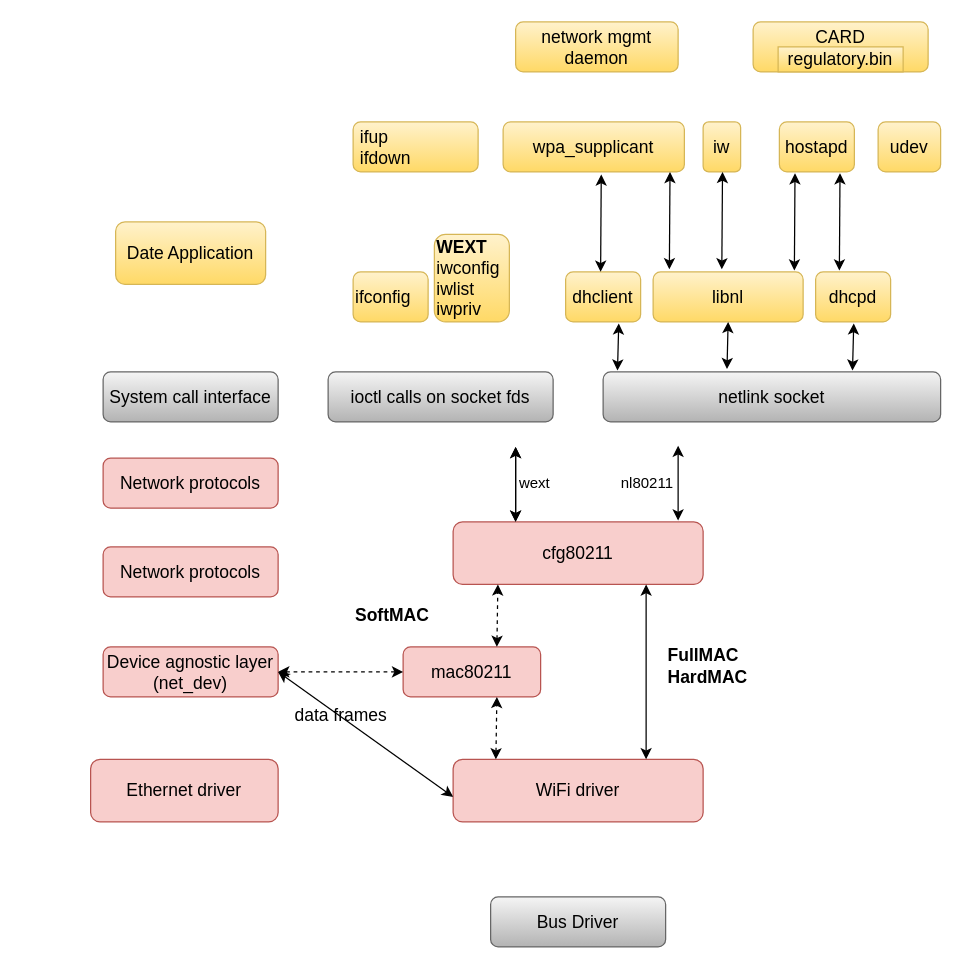
Above: WiFi_software.drawio in zuixin369/block_diagram (draw.io), before the change. Source tidied: cells renumbered, new cells numbered last; positions are measured from the earlier drawing's top-left corner, leaving out a move shared by most shapes. Both pictures are drawn from the tidied source at 125%, with x=0, y=0 at pixel (90, 21).
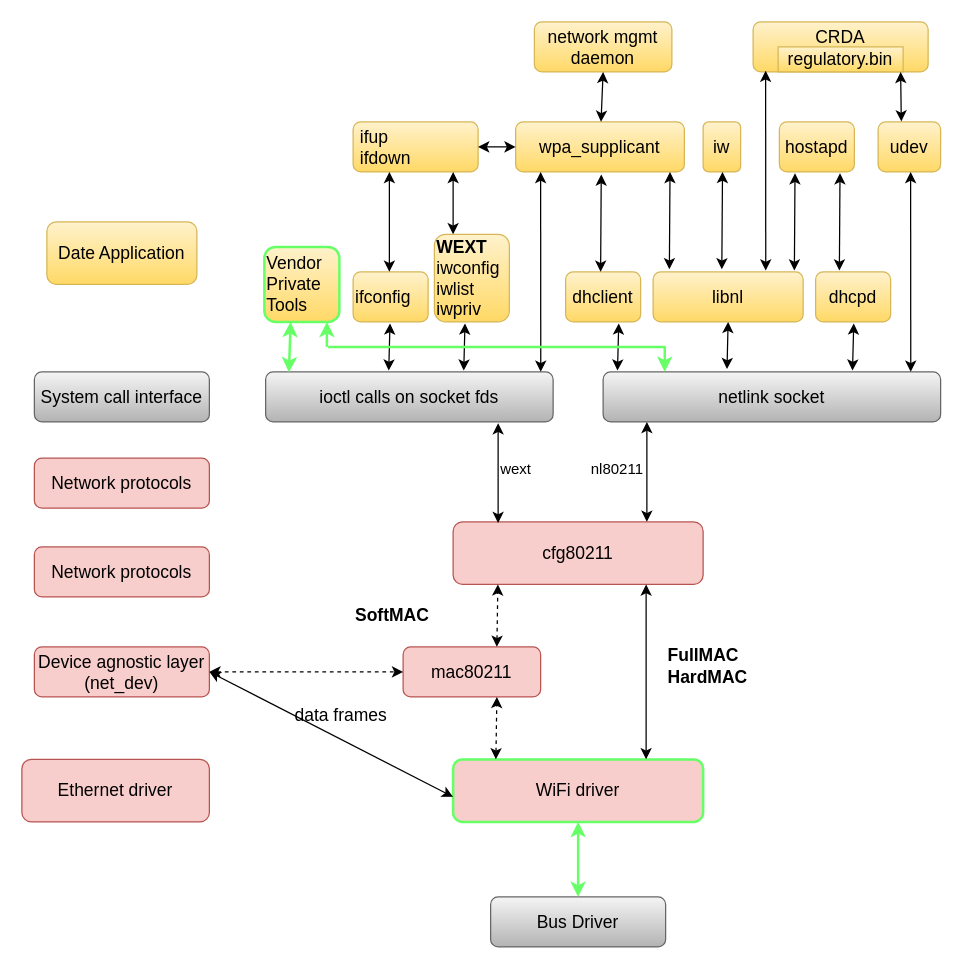
The same diagram, later.

Unchanged cells that the change refers to:
```xml
<mxCell id="4" value="cfg80211" style="rounded=1;whiteSpace=wrap;html=1;fontSize=14;fillColor=#f8cecc;strokeColor=#b85450;" parent="1" vertex="1">
  <mxGeometry x="290" y="400" width="200" height="50" as="geometry" />
</mxCell>
<mxCell id="26" value="Bus Driver" style="rounded=1;whiteSpace=wrap;html=1;fontSize=14;fillColor=#f5f5f5;strokeColor=#666666;gradientColor=#b3b3b3;" parent="1" vertex="1">
  <mxGeometry x="320" y="700" width="140" height="40" as="geometry" />
</mxCell>
<mxCell id="27" value="&lt;div align=&quot;left&quot;&gt;&lt;b&gt;WEXT&lt;/b&gt;&lt;/div&gt;&lt;div align=&quot;left&quot;&gt;iwconfig&lt;/div&gt;&lt;div align=&quot;left&quot;&gt;iwlist&lt;br&gt;iwpriv&lt;br&gt;&lt;/div&gt;" style="rounded=1;whiteSpace=wrap;html=1;fontSize=14;align=left;fillColor=#fff2cc;gradientColor=#ffd966;strokeColor=#d6b656;" parent="1" vertex="1">
  <mxGeometry x="275" y="170" width="60" height="70" as="geometry" />
</mxCell>
<mxCell id="33" value="&lt;span style=&quot;white-space: pre;&quot;&gt; &lt;/span&gt;ifup&lt;br&gt;&lt;div&gt;&lt;span style=&quot;white-space: pre;&quot;&gt; &lt;/span&gt;ifdown&lt;br&gt;&lt;/div&gt;" style="rounded=1;whiteSpace=wrap;html=1;fontSize=14;align=left;fillColor=#fff2cc;gradientColor=#ffd966;strokeColor=#d6b656;" parent="1" vertex="1">
  <mxGeometry x="210" y="80" width="100" height="40" as="geometry" />
</mxCell>
<mxCell id="36" value="udev" style="rounded=1;whiteSpace=wrap;html=1;fontSize=14;align=center;fillColor=#fff2cc;gradientColor=#ffd966;strokeColor=#d6b656;" parent="1" vertex="1">
  <mxGeometry x="630" y="80" width="50" height="40" as="geometry" />
</mxCell>
```

What changed in the source:
```diff
@@
     <mxCell id="2" value="&lt;font style=&quot;font-size: 14px;&quot;&gt;ioctl calls on socket fds&lt;/font&gt;" style="rounded=1;whiteSpace=wrap;html=1;fontSize=14;fillColor=#f5f5f5;strokeColor=#666666;gradientColor=#b3b3b3;" parent="1" vertex="1">
-      <mxGeometry x="190" y="280" width="180" height="40" as="geometry" />
+      <mxGeometry x="140" y="280" width="230" height="40" as="geometry" />
     </mxCell>
@@
-    <mxCell id="5" value="WiFi driver" style="rounded=1;whiteSpace=wrap;html=1;fontSize=14;fillColor=#f8cecc;strokeColor=#b85450;" parent="1" vertex="1">
+    <mxCell id="5" value="WiFi driver" style="rounded=1;whiteSpace=wrap;html=1;fontSize=14;fillColor=#f8cecc;strokeColor=#66FF66;strokeWidth=2;" parent="1" vertex="1">
       <mxGeometry x="290" y="590" width="200" height="50" as="geometry" />
     </mxCell>
@@
-    <mxCell id="7" style="endArrow=classic;startArrow=classic;html=1;rounded=0;fontSize=14;exitX=0.25;exitY=0;exitDx=0;exitDy=0;" parent="1" edge="1" source="4">
-      <mxGeometry relative="1" as="geometry">
-        <mxPoint x="340" y="340" as="targetPoint" />
-      </mxGeometry>
-    </mxCell>
     <mxCell id="8" value="wext" style="text;html=1;align=center;verticalAlign=middle;strokeColor=none;fillColor=none;fontSize=12;" parent="1" vertex="1">
-      <mxGeometry x="330" y="354" width="50" height="30" as="geometry" />
+      <mxGeometry x="315" y="343" width="50" height="30" as="geometry" />
     </mxCell>
-    <mxCell id="9" style="endArrow=classic;startArrow=classic;html=1;rounded=0;fontSize=14;exitX=0.25;exitY=0;exitDx=0;exitDy=0;" parent="1" edge="1">
+    <mxCell id="9" style="endArrow=classic;startArrow=classic;html=1;rounded=0;fontSize=14;exitX=0.9;exitY=0;exitDx=0;exitDy=0;exitPerimeter=0;" parent="1" edge="1">
       <mxGeometry relative="1" as="geometry">
-        <mxPoint x="470" y="399" as="sourcePoint" />
-        <mxPoint x="470" y="339" as="targetPoint" />
+        <mxPoint x="445" y="400" as="sourcePoint" />
+        <mxPoint x="445" y="320" as="targetPoint" />
       </mxGeometry>
     </mxCell>
-    <mxCell id="10" style="endArrow=classic;startArrow=classic;html=1;rounded=0;fontSize=14;exitX=0.25;exitY=0;exitDx=0;exitDy=0;" parent="1" edge="1">
-      <mxGeometry relative="1" as="geometry">
-        <mxPoint x="340" y="400" as="sourcePoint" />
-        <mxPoint x="340" y="340" as="targetPoint" />
-      </mxGeometry>
-    </mxCell>
     <mxCell id="11" value="nl80211" style="text;html=1;align=center;verticalAlign=middle;strokeColor=none;fillColor=none;fontSize=12;" parent="1" vertex="1">
-      <mxGeometry x="410" y="354" width="70" height="30" as="geometry" />
+      <mxGeometry x="386" y="343" width="70" height="30" as="geometry" />
     </mxCell>
@@
     <mxCell id="15" value="Ethernet driver" style="rounded=1;whiteSpace=wrap;html=1;fontSize=14;fillColor=#f8cecc;strokeColor=#b85450;" parent="1" vertex="1">
-      <mxGeometry y="590" width="150" height="50" as="geometry" />
+      <mxGeometry x="-55" y="590" width="150" height="50" as="geometry" />
     </mxCell>
     <mxCell id="16" value="&lt;div&gt;Device agnostic layer&lt;/div&gt;&lt;div&gt;(net_dev)&lt;br&gt;&lt;/div&gt;" style="rounded=1;whiteSpace=wrap;html=1;fontSize=14;fillColor=#f8cecc;strokeColor=#b85450;" parent="1" vertex="1">
-      <mxGeometry x="10" y="500" width="140" height="40" as="geometry" />
+      <mxGeometry x="-45" y="500" width="140" height="40" as="geometry" />
     </mxCell>
@@
     <mxCell id="19" value="Network protocols" style="rounded=1;whiteSpace=wrap;html=1;fontSize=14;fillColor=#f8cecc;strokeColor=#b85450;" parent="1" vertex="1">
-      <mxGeometry x="10" y="420" width="140" height="40" as="geometry" />
+      <mxGeometry x="-45" y="420" width="140" height="40" as="geometry" />
     </mxCell>
     <mxCell id="20" value="Network protocols" style="rounded=1;whiteSpace=wrap;html=1;fontSize=14;fillColor=#f8cecc;strokeColor=#b85450;" parent="1" vertex="1">
-      <mxGeometry x="10" y="349" width="140" height="40" as="geometry" />
+      <mxGeometry x="-45" y="349" width="140" height="40" as="geometry" />
     </mxCell>
     <mxCell id="21" value="System call interface" style="rounded=1;whiteSpace=wrap;html=1;fontSize=14;fillColor=#f5f5f5;strokeColor=#666666;gradientColor=#b3b3b3;" parent="1" vertex="1">
-      <mxGeometry x="10" y="280" width="140" height="40" as="geometry" />
+      <mxGeometry x="-45" y="280" width="140" height="40" as="geometry" />
     </mxCell>
     <mxCell id="22" value="Date Application" style="rounded=1;whiteSpace=wrap;html=1;fontSize=14;fillColor=#fff2cc;strokeColor=#d6b656;gradientColor=#ffd966;" parent="1" vertex="1">
-      <mxGeometry x="20" y="160" width="120" height="50" as="geometry" />
+      <mxGeometry x="-35" y="160" width="120" height="50" as="geometry" />
     </mxCell>
@@
     <mxCell id="32" value="wpa_supplicant" style="rounded=1;whiteSpace=wrap;html=1;fontSize=14;align=center;fillColor=#fff2cc;gradientColor=#ffd966;strokeColor=#d6b656;" parent="1" vertex="1">
-      <mxGeometry x="330" y="80" width="145" height="40" as="geometry" />
+      <mxGeometry x="340" y="80" width="135" height="40" as="geometry" />
     </mxCell>
@@
     <mxCell id="37" value="&lt;div&gt;network mgmt&lt;/div&gt;&lt;div&gt;daemon&lt;br&gt;&lt;/div&gt;" style="rounded=1;whiteSpace=wrap;html=1;fontSize=14;align=center;fillColor=#fff2cc;gradientColor=#ffd966;strokeColor=#d6b656;" parent="1" vertex="1">
-      <mxGeometry x="340" width="130" height="40" as="geometry" />
+      <mxGeometry x="355" width="110" height="40" as="geometry" />
     </mxCell>
-    <mxCell id="38" value="CARD&lt;br&gt;&amp;nbsp; " style="rounded=1;whiteSpace=wrap;html=1;fontSize=14;align=center;fillColor=#fff2cc;gradientColor=#ffd966;strokeColor=#d6b656;" parent="1" vertex="1">
+    <mxCell id="38" value="CRDA&lt;br&gt;&amp;nbsp; " style="rounded=1;whiteSpace=wrap;html=1;fontSize=14;align=center;fillColor=#fff2cc;gradientColor=#ffd966;strokeColor=#d6b656;" parent="1" vertex="1">
       <mxGeometry x="530" width="140" height="40" as="geometry" />
     </mxCell>
@@
+    <mxCell id="48" style="endArrow=classic;startArrow=classic;html=1;rounded=0;fontSize=14;exitX=0.9;exitY=0;exitDx=0;exitDy=0;exitPerimeter=0;" parent="1" edge="1">
+      <mxGeometry relative="1" as="geometry">
+        <mxPoint x="326" y="401" as="sourcePoint" />
+        <mxPoint x="326" y="321" as="targetPoint" />
+      </mxGeometry>
+    </mxCell>
+    <mxCell id="49" style="endArrow=classic;startArrow=classic;html=1;rounded=0;fontSize=14;exitX=0.367;exitY=-0.054;exitDx=0;exitDy=0;exitPerimeter=0;" parent="1" edge="1">
+      <mxGeometry relative="1" as="geometry">
+        <mxPoint x="298.5" y="279" as="sourcePoint" />
+        <mxPoint x="299.5" y="241.2" as="targetPoint" />
+      </mxGeometry>
+    </mxCell>
+    <mxCell id="50" style="endArrow=classic;startArrow=classic;html=1;rounded=0;fontSize=14;exitX=0.367;exitY=-0.054;exitDx=0;exitDy=0;exitPerimeter=0;" parent="1" edge="1">
+      <mxGeometry relative="1" as="geometry">
+        <mxPoint x="238.5" y="279" as="sourcePoint" />
+        <mxPoint x="239.5" y="241.2" as="targetPoint" />
+      </mxGeometry>
+    </mxCell>
+    <mxCell id="51" style="endArrow=classic;startArrow=classic;html=1;rounded=0;fontSize=14;exitX=0.5;exitY=0;exitDx=0;exitDy=0;" parent="1" edge="1">
+      <mxGeometry relative="1" as="geometry">
+        <mxPoint x="239" y="200" as="sourcePoint" />
+        <mxPoint x="239" y="120" as="targetPoint" />
+      </mxGeometry>
+    </mxCell>
+    <mxCell id="52" style="endArrow=classic;startArrow=classic;html=1;rounded=0;fontSize=14;exitX=0.25;exitY=0;exitDx=0;exitDy=0;" parent="1" edge="1" source="27">
+      <mxGeometry relative="1" as="geometry">
+        <mxPoint x="290" y="120" as="targetPoint" />
+      </mxGeometry>
+    </mxCell>
+    <mxCell id="53" style="endArrow=classic;startArrow=classic;html=1;rounded=0;fontSize=14;entryX=0;entryY=0.5;entryDx=0;entryDy=0;" parent="1" edge="1" source="33" target="32">
+      <mxGeometry relative="1" as="geometry" />
+    </mxCell>
+    <mxCell id="54" style="endArrow=classic;startArrow=classic;html=1;rounded=0;fontSize=14;" parent="1" edge="1">
+      <mxGeometry relative="1" as="geometry">
+        <mxPoint x="360.1" y="280" as="sourcePoint" />
+        <mxPoint x="360" y="120" as="targetPoint" />
+      </mxGeometry>
+    </mxCell>
+    <mxCell id="55" style="endArrow=classic;startArrow=classic;html=1;rounded=0;fontSize=14;" parent="1" edge="1" source="32">
+      <mxGeometry relative="1" as="geometry">
+        <mxPoint x="410" y="40" as="targetPoint" />
+      </mxGeometry>
+    </mxCell>
+    <mxCell id="56" style="endArrow=classic;startArrow=classic;html=1;rounded=0;fontSize=14;" parent="1" edge="1">
+      <mxGeometry relative="1" as="geometry">
+        <mxPoint x="540.1" y="199" as="sourcePoint" />
+        <mxPoint x="540" y="39" as="targetPoint" />
+      </mxGeometry>
+    </mxCell>
+    <mxCell id="57" style="endArrow=classic;startArrow=classic;html=1;rounded=0;fontSize=14;" parent="1" edge="1">
+      <mxGeometry relative="1" as="geometry">
+        <mxPoint x="656.1" y="280" as="sourcePoint" />
+        <mxPoint x="656" y="120" as="targetPoint" />
+      </mxGeometry>
+    </mxCell>
+    <mxCell id="58" style="endArrow=classic;startArrow=classic;html=1;rounded=0;fontSize=14;exitX=0.371;exitY=-0.009;exitDx=0;exitDy=0;exitPerimeter=0;" parent="1" edge="1" source="36">
+      <mxGeometry relative="1" as="geometry">
+        <mxPoint x="648" y="40" as="targetPoint" />
+      </mxGeometry>
+    </mxCell>
+    <mxCell id="59" value="Vendor Private Tools" style="rounded=1;whiteSpace=wrap;html=1;fontSize=14;align=left;fillColor=#fff2cc;gradientColor=#ffd966;strokeColor=#66FF66;strokeWidth=2;" parent="1" vertex="1">
+      <mxGeometry x="139" y="180" width="60" height="60" as="geometry" />
+    </mxCell>
+    <mxCell id="60" style="endArrow=classic;startArrow=classic;html=1;rounded=0;fontSize=14;exitX=0.5;exitY=0;exitDx=0;exitDy=0;strokeColor=#66FF66;strokeWidth=2;" parent="1" edge="1" source="26">
+      <mxGeometry relative="1" as="geometry">
+        <mxPoint x="390" y="640" as="targetPoint" />
+      </mxGeometry>
+    </mxCell>
+    <mxCell id="61" style="endArrow=classic;startArrow=classic;html=1;rounded=0;strokeColor=#66FF66;strokeWidth=2;fontSize=14;exitX=0.081;exitY=0.008;exitDx=0;exitDy=0;exitPerimeter=0;" parent="1" edge="1" source="2">
+      <mxGeometry relative="1" as="geometry">
+        <mxPoint x="160" y="240" as="targetPoint" />
+      </mxGeometry>
+    </mxCell>
+    <mxCell id="62" style="endArrow=classic;html=1;rounded=0;strokeColor=#66FF66;strokeWidth=2;fontSize=14;" parent="1" edge="1">
+      <mxGeometry relative="1" as="geometry">
+        <mxPoint x="189" y="260" as="sourcePoint" />
+        <mxPoint x="189" y="240" as="targetPoint" />
+      </mxGeometry>
+    </mxCell>
+    <mxCell id="63" style="endArrow=classic;html=1;rounded=0;strokeColor=#66FF66;strokeWidth=2;fontSize=14;" parent="1" edge="1">
+      <mxGeometry relative="1" as="geometry">
+        <mxPoint x="459.3" y="260" as="sourcePoint" />
+        <mxPoint x="459.3" y="280" as="targetPoint" />
+      </mxGeometry>
+    </mxCell>
+    <mxCell id="64" style="endArrow=none;html=1;rounded=0;strokeColor=#66FF66;strokeWidth=2;fontSize=14;" parent="1" edge="1">
+      <mxGeometry relative="1" as="geometry">
+        <mxPoint x="190" y="260" as="sourcePoint" />
+        <mxPoint x="460" y="260" as="targetPoint" />
+      </mxGeometry>
+    </mxCell>
```
